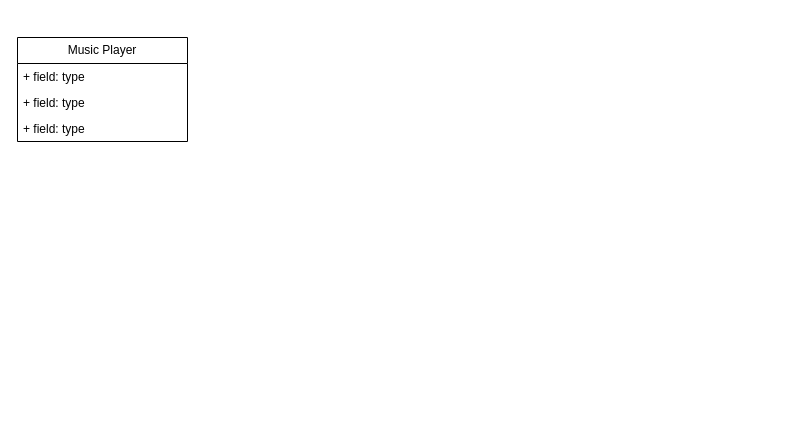
This is draw.io/music-player-uml.drawio from Adedoyin-Emmanuel/system-design-journey, a draw.io file, before an edit. Source tidied: cells renumbered, new cells numbered last; positions are measured from the earlier drawing's top-left corner, leaving out a move shared by most shapes. Both pictures are drawn from the tidied source at 100%, with x=0, y=0 at pixel (17, 37).
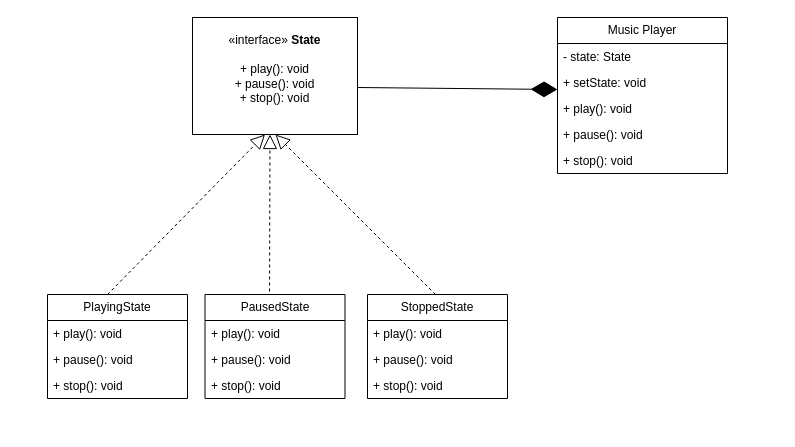
The same page after the edit.

Diff of the diagram source:
```diff
@@
+    <mxCell id="6" style="group;" parent="1" vertex="1">
+      <mxGeometry x="30" y="-20" width="730" height="412" as="geometry" />
+    </mxCell>
-    <mxCell id="2" value="Music Player" style="swimlane;fontStyle=0;horizontal=1;startSize=26;fillColor=none;whiteSpace=wrap;html=1;" parent="1" vertex="1">
-      <mxGeometry width="170" height="104" as="geometry" />
+    <mxCell id="2" value="Music Player" style="swimlane;fontStyle=0;horizontal=1;startSize=26;fillColor=none;whiteSpace=wrap;html=1;" parent="6" vertex="1">
+      <mxGeometry x="510" width="170" height="156" as="geometry" />
     </mxCell>
-    <mxCell id="3" value="+ field: type" style="text;strokeColor=none;fillColor=none;align=left;verticalAlign=top;spacingLeft=4;spacingRight=4;overflow=hidden;whiteSpace=wrap;html=1;" parent="2" vertex="1">
+    <mxCell id="3" value="- state: State" style="text;strokeColor=none;fillColor=none;align=left;verticalAlign=top;spacingLeft=4;spacingRight=4;overflow=hidden;whiteSpace=wrap;html=1;" parent="2" vertex="1">
       <mxGeometry y="26" width="170" height="26" as="geometry" />
     </mxCell>
-    <mxCell id="4" value="+ field: type" style="text;strokeColor=none;fillColor=none;align=left;verticalAlign=top;spacingLeft=4;spacingRight=4;overflow=hidden;points=[[0,0.5],[1,0.5]];portConstraint=eastwest;whiteSpace=wrap;html=1;" parent="2" vertex="1">
+    <mxCell id="4" value="+ setState: void" style="text;strokeColor=none;fillColor=none;align=left;verticalAlign=top;spacingLeft=4;spacingRight=4;overflow=hidden;points=[[0,0.5],[1,0.5]];portConstraint=eastwest;whiteSpace=wrap;html=1;" parent="2" vertex="1">
       <mxGeometry y="52" width="170" height="26" as="geometry" />
     </mxCell>
-    <mxCell id="5" value="+ field: type" style="text;strokeColor=none;fillColor=none;align=left;verticalAlign=top;spacingLeft=4;spacingRight=4;overflow=hidden;whiteSpace=wrap;html=1;" parent="2" vertex="1">
+    <mxCell id="5" value="+ play(): void&lt;div&gt;&lt;br&gt;&lt;/div&gt;" style="text;strokeColor=none;fillColor=none;align=left;verticalAlign=top;spacingLeft=4;spacingRight=4;overflow=hidden;whiteSpace=wrap;html=1;" parent="2" vertex="1">
       <mxGeometry y="78" width="170" height="26" as="geometry" />
     </mxCell>
+    <mxCell id="7" value="+ pause(): void&lt;div&gt;&lt;br&gt;&lt;/div&gt;" style="text;strokeColor=none;fillColor=none;align=left;verticalAlign=top;spacingLeft=4;spacingRight=4;overflow=hidden;whiteSpace=wrap;html=1;" parent="2" vertex="1">
+      <mxGeometry y="104" width="170" height="26" as="geometry" />
+    </mxCell>
+    <mxCell id="8" value="+ stop(): void&lt;div&gt;&lt;br&gt;&lt;/div&gt;" style="text;strokeColor=none;fillColor=none;align=left;verticalAlign=top;spacingLeft=4;spacingRight=4;overflow=hidden;whiteSpace=wrap;html=1;" parent="2" vertex="1">
+      <mxGeometry y="130" width="170" height="26" as="geometry" />
+    </mxCell>
+    <mxCell id="9" style="group;" parent="6" vertex="1">
+      <mxGeometry width="460" height="381" as="geometry" />
+    </mxCell>
+    <mxCell id="10" value="«interface»&amp;nbsp;&lt;b&gt;State&lt;/b&gt;&lt;div&gt;&lt;b&gt;&lt;br&gt;&lt;/b&gt;&lt;/div&gt;&lt;div&gt;+ play(): void&lt;/div&gt;&lt;div&gt;+ pause(): void&lt;/div&gt;&lt;div&gt;+ stop(): void&lt;/div&gt;&lt;div&gt;&lt;b&gt;&lt;br&gt;&lt;/b&gt;&lt;/div&gt;" style="html=1;whiteSpace=wrap;" parent="9" vertex="1">
+      <mxGeometry x="145" width="165" height="117" as="geometry" />
+    </mxCell>
+    <mxCell id="11" style="endArrow=block;dashed=1;endFill=0;endSize=12;html=1;rounded=0;entryX=0.5;entryY=1;entryDx=0;entryDy=0;exitX=0.5;exitY=0;exitDx=0;exitDy=0;" parent="9" edge="1">
+      <mxGeometry relative="1" as="geometry">
+        <mxPoint x="60" y="277" as="sourcePoint" />
+        <mxPoint x="217.5" y="117" as="targetPoint" />
+      </mxGeometry>
+    </mxCell>
+    <mxCell id="12" value="PlayingState" style="swimlane;fontStyle=0;horizontal=1;startSize=26;fillColor=none;whiteSpace=wrap;html=1;" parent="9" vertex="1">
+      <mxGeometry y="277" width="140" height="104" as="geometry" />
+    </mxCell>
+    <mxCell id="13" value="+ play(): void" style="text;strokeColor=none;fillColor=none;align=left;verticalAlign=top;spacingLeft=4;spacingRight=4;overflow=hidden;whiteSpace=wrap;html=1;" parent="12" vertex="1">
+      <mxGeometry y="26" width="140" height="26" as="geometry" />
+    </mxCell>
+    <mxCell id="14" value="+ pause(): void" style="text;strokeColor=none;fillColor=none;align=left;verticalAlign=top;spacingLeft=4;spacingRight=4;overflow=hidden;whiteSpace=wrap;html=1;" parent="12" vertex="1">
+      <mxGeometry y="52" width="140" height="26" as="geometry" />
+    </mxCell>
+    <mxCell id="15" value="+ stop(): void" style="text;strokeColor=none;fillColor=none;align=left;verticalAlign=top;spacingLeft=4;spacingRight=4;overflow=hidden;whiteSpace=wrap;html=1;" parent="12" vertex="1">
+      <mxGeometry y="78" width="140" height="26" as="geometry" />
+    </mxCell>
+    <mxCell id="16" value="PausedState" style="swimlane;fontStyle=0;horizontal=1;startSize=26;fillColor=none;whiteSpace=wrap;html=1;" parent="9" vertex="1">
+      <mxGeometry x="157.5" y="277" width="140" height="104" as="geometry" />
+    </mxCell>
+    <mxCell id="17" value="+ play(): void" style="text;strokeColor=none;fillColor=none;align=left;verticalAlign=top;spacingLeft=4;spacingRight=4;overflow=hidden;whiteSpace=wrap;html=1;" parent="16" vertex="1">
+      <mxGeometry y="26" width="140" height="26" as="geometry" />
+    </mxCell>
+    <mxCell id="18" value="+ pause(): void" style="text;strokeColor=none;fillColor=none;align=left;verticalAlign=top;spacingLeft=4;spacingRight=4;overflow=hidden;whiteSpace=wrap;html=1;" parent="16" vertex="1">
+      <mxGeometry y="52" width="140" height="26" as="geometry" />
+    </mxCell>
+    <mxCell id="19" value="+ stop(): void" style="text;strokeColor=none;fillColor=none;align=left;verticalAlign=top;spacingLeft=4;spacingRight=4;overflow=hidden;whiteSpace=wrap;html=1;" parent="16" vertex="1">
+      <mxGeometry y="78" width="140" height="26" as="geometry" />
+    </mxCell>
+    <mxCell id="20" style="endArrow=block;dashed=1;endFill=0;endSize=12;html=1;rounded=0;exitX=0.461;exitY=-0.029;exitDx=0;exitDy=0;exitPerimeter=0;" parent="9" edge="1" source="16">
+      <mxGeometry relative="1" as="geometry">
+        <mxPoint x="222.5" y="117" as="targetPoint" />
+      </mxGeometry>
+    </mxCell>
+    <mxCell id="21" value="StoppedState" style="swimlane;fontStyle=0;horizontal=1;startSize=26;fillColor=none;whiteSpace=wrap;html=1;" parent="9" vertex="1">
+      <mxGeometry x="320" y="277" width="140" height="104" as="geometry" />
+    </mxCell>
+    <mxCell id="22" value="+ play(): void" style="text;strokeColor=none;fillColor=none;align=left;verticalAlign=top;spacingLeft=4;spacingRight=4;overflow=hidden;whiteSpace=wrap;html=1;" parent="21" vertex="1">
+      <mxGeometry y="26" width="140" height="26" as="geometry" />
+    </mxCell>
+    <mxCell id="23" value="+ pause(): void" style="text;strokeColor=none;fillColor=none;align=left;verticalAlign=top;spacingLeft=4;spacingRight=4;overflow=hidden;whiteSpace=wrap;html=1;" parent="21" vertex="1">
+      <mxGeometry y="52" width="140" height="26" as="geometry" />
+    </mxCell>
+    <mxCell id="24" value="+ stop(): void" style="text;strokeColor=none;fillColor=none;align=left;verticalAlign=top;spacingLeft=4;spacingRight=4;overflow=hidden;whiteSpace=wrap;html=1;" parent="21" vertex="1">
+      <mxGeometry y="78" width="140" height="26" as="geometry" />
+    </mxCell>
+    <mxCell id="25" style="endArrow=block;dashed=1;endFill=0;endSize=12;html=1;rounded=0;exitX=0.5;exitY=0;exitDx=0;exitDy=0;" parent="9" edge="1">
+      <mxGeometry relative="1" as="geometry">
+        <mxPoint x="388" y="277" as="sourcePoint" />
+        <mxPoint x="228" y="117" as="targetPoint" />
+      </mxGeometry>
+    </mxCell>
+    <mxCell id="26" style="endArrow=diamondThin;endFill=1;endSize=24;html=1;rounded=0;entryX=0;entryY=0.769;entryDx=0;entryDy=0;entryPerimeter=0;" parent="9" edge="1" target="4">
+      <mxGeometry relative="1" as="geometry">
+        <mxPoint x="310" y="70" as="sourcePoint" />
+      </mxGeometry>
+    </mxCell>
```
